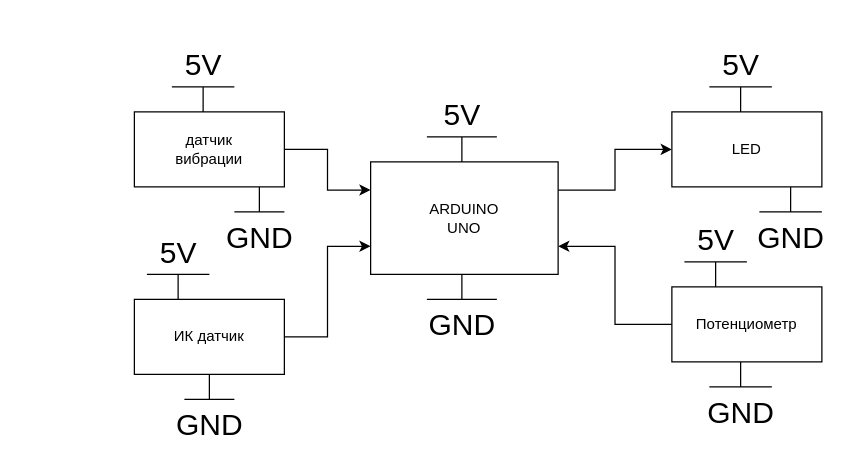
Above: ЭЛИТА/СС.drawio in dan-sazonov/jl-zam (draw.io), before the change. Source tidied: cells renumbered, new cells numbered last; positions are measured from the earlier drawing's top-left corner, leaving out a move shared by most shapes. Both pictures are drawn from the tidied source at 125%, with x=0, y=0 at pixel (134, 86).
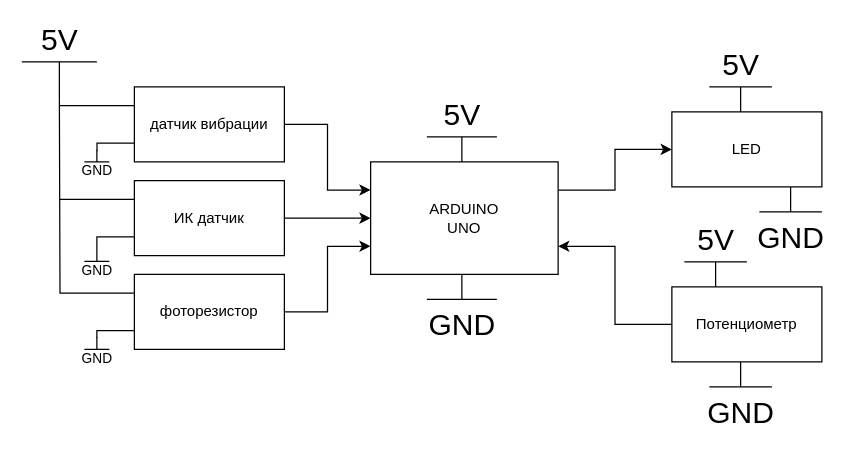
The same diagram, later.

Commit message (it also covers changes not shown here):
Поправил CC Элиты

The change refers to these unchanged cells:
```xml
<mxCell id="3" style="rounded=0;whiteSpace=wrap;html=1;" parent="1" vertex="1">
  <mxGeometry x="189" y="60" width="150" height="90" as="geometry" />
</mxCell>
```

What changed in the source:
```diff
@@
+    <mxCell id="26" style="edgeStyle=orthogonalEdgeStyle;rounded=0;jettySize=auto;html=1;exitX=0;exitY=0.25;exitDx=0;exitDy=0;endArrow=none;endFill=0;" parent="1" edge="1" source="11">
+      <mxGeometry relative="1" as="geometry">
+        <mxPoint x="-60" y="15" as="targetPoint" />
+      </mxGeometry>
+    </mxCell>
+    <mxCell id="27" style="edgeStyle=orthogonalEdgeStyle;rounded=0;jettySize=auto;html=1;exitX=0;exitY=0.75;exitDx=0;exitDy=0;entryX=0.503;entryY=0.038;entryDx=0;entryDy=0;entryPerimeter=0;fontSize=11;endArrow=none;endFill=0;" parent="1" edge="1" source="11" target="38">
+      <mxGeometry relative="1" as="geometry" />
+    </mxCell>
-    <mxCell id="11" style="rounded=0;whiteSpace=wrap;html=1;" parent="1" vertex="1">
-      <mxGeometry y="20" width="120" height="60" as="geometry" />
+    <mxCell id="11" value="датчик вибрации" style="rounded=0;whiteSpace=wrap;html=1;" parent="1" vertex="1">
+      <mxGeometry width="120" height="60" as="geometry" />
     </mxCell>
-    <mxCell id="12" style="edgeStyle=orthogonalEdgeStyle;rounded=0;jettySize=auto;html=1;exitX=1;exitY=0.5;exitDx=0;exitDy=0;entryX=0;entryY=0.75;entryDx=0;entryDy=0;" parent="1" edge="1" source="13" target="3">
+    <mxCell id="12" style="edgeStyle=orthogonalEdgeStyle;rounded=0;jettySize=auto;html=1;exitX=1;exitY=0.5;exitDx=0;exitDy=0;entryX=0;entryY=0.5;entryDx=0;entryDy=0;" parent="1" edge="1" source="13" target="3">
       <mxGeometry relative="1" as="geometry" />
     </mxCell>
+    <mxCell id="28" style="edgeStyle=orthogonalEdgeStyle;rounded=0;jettySize=auto;html=1;exitX=0;exitY=0.25;exitDx=0;exitDy=0;endArrow=none;endFill=0;" parent="1" edge="1" source="13">
+      <mxGeometry relative="1" as="geometry">
+        <mxPoint x="-60" y="90" as="targetPoint" />
+      </mxGeometry>
+    </mxCell>
+    <mxCell id="29" style="edgeStyle=orthogonalEdgeStyle;rounded=0;jettySize=auto;html=1;exitX=0;exitY=0.75;exitDx=0;exitDy=0;entryX=0.5;entryY=0;entryDx=0;entryDy=0;entryPerimeter=0;fontSize=11;endArrow=none;endFill=0;" parent="1" edge="1" source="13" target="41">
+      <mxGeometry relative="1" as="geometry" />
+    </mxCell>
-    <mxCell id="13" style="rounded=0;whiteSpace=wrap;html=1;" parent="1" vertex="1">
-      <mxGeometry y="170" width="120" height="60" as="geometry" />
+    <mxCell id="13" value="ИК датчик" style="rounded=0;whiteSpace=wrap;html=1;" parent="1" vertex="1">
+      <mxGeometry y="75" width="120" height="60" as="geometry" />
     </mxCell>
-    <mxCell id="14" value="ИК датчик" style="text;html=1;strokeColor=none;fillColor=none;align=center;verticalAlign=middle;whiteSpace=wrap;rounded=0;" parent="1" vertex="1">
-      <mxGeometry x="10" y="185" width="100" height="30" as="geometry" />
-    </mxCell>
-    <mxCell id="15" value="датчик вибрации" style="text;html=1;strokeColor=none;fillColor=none;align=center;verticalAlign=middle;whiteSpace=wrap;rounded=0;" parent="1" vertex="1">
-      <mxGeometry x="30" y="35" width="60" height="30" as="geometry" />
-    </mxCell>
-    <mxCell id="16" value="5V" style="verticalLabelPosition=top;verticalAlign=bottom;shape=mxgraph.electrical.signal_sources.vdd;shadow=0;dashed=0;align=center;strokeWidth=1;fontSize=24;html=1;flipV=1;" parent="1" vertex="1">
-      <mxGeometry x="30" width="50" height="20" as="geometry" />
-    </mxCell>
-    <mxCell id="17" value="GND" style="verticalLabelPosition=bottom;shadow=0;dashed=0;align=center;html=1;verticalAlign=top;shape=mxgraph.electrical.signal_sources.vss2;fontSize=24;flipV=1;" parent="1" vertex="1">
-      <mxGeometry x="40" y="230" width="40" height="20" as="geometry" />
-    </mxCell>
@@
-    <mxCell id="22" value="5V" style="verticalLabelPosition=top;verticalAlign=bottom;shape=mxgraph.electrical.signal_sources.vdd;shadow=0;dashed=0;align=center;strokeWidth=1;fontSize=24;html=1;flipV=1;" parent="1" vertex="1">
-      <mxGeometry x="10" y="150" width="50" height="20" as="geometry" />
-    </mxCell>
@@
-    <mxCell id="24" value="GND" style="verticalLabelPosition=bottom;shadow=0;dashed=0;align=center;html=1;verticalAlign=top;shape=mxgraph.electrical.signal_sources.vss2;fontSize=24;flipV=1;" parent="1" vertex="1">
-      <mxGeometry x="80" y="80" width="40" height="20" as="geometry" />
-    </mxCell>
@@
+    <mxCell id="30" style="edgeStyle=orthogonalEdgeStyle;rounded=0;jettySize=auto;html=1;exitX=1;exitY=0.5;exitDx=0;exitDy=0;entryX=0;entryY=0.75;entryDx=0;entryDy=0;" parent="1" edge="1" source="33" target="3">
+      <mxGeometry relative="1" as="geometry" />
+    </mxCell>
+    <mxCell id="31" style="edgeStyle=orthogonalEdgeStyle;rounded=0;jettySize=auto;html=1;exitX=0;exitY=0.25;exitDx=0;exitDy=0;endArrow=none;endFill=0;" parent="1" edge="1" source="33">
+      <mxGeometry relative="1" as="geometry">
+        <mxPoint x="-60" y="10" as="targetPoint" />
+      </mxGeometry>
+    </mxCell>
+    <mxCell id="32" style="edgeStyle=orthogonalEdgeStyle;rounded=0;jettySize=auto;html=1;exitX=0;exitY=0.75;exitDx=0;exitDy=0;entryX=0.5;entryY=0.03;entryDx=0;entryDy=0;entryPerimeter=0;fontSize=11;endArrow=none;endFill=0;" parent="1" edge="1" source="33" target="44">
+      <mxGeometry relative="1" as="geometry" />
+    </mxCell>
+    <mxCell id="33" value="фоторезистор" style="rounded=0;whiteSpace=wrap;html=1;" parent="1" vertex="1">
+      <mxGeometry y="150" width="120" height="60" as="geometry" />
+    </mxCell>
+    <mxCell id="34" style="edgeStyle=orthogonalEdgeStyle;rounded=0;jettySize=auto;html=1;exitX=0.5;exitY=0;exitDx=0;exitDy=0;exitPerimeter=0;endArrow=none;endFill=0;" parent="1" edge="1" source="35">
+      <mxGeometry relative="1" as="geometry">
+        <mxPoint x="-60" y="10" as="targetPoint" />
+      </mxGeometry>
+    </mxCell>
+    <mxCell id="35" value="5V" style="verticalLabelPosition=top;verticalAlign=bottom;shape=mxgraph.electrical.signal_sources.vdd;shadow=0;dashed=0;align=center;strokeWidth=1;fontSize=24;html=1;flipV=1;" parent="1" vertex="1">
+      <mxGeometry x="-90" y="-20" width="60" height="20" as="geometry" />
+    </mxCell>
+    <mxCell id="36" style="endArrow=none;html=1;rounded=0;fontSize=16;" parent="1" edge="1">
+      <mxGeometry relative="1" as="geometry">
+        <mxPoint x="-40" y="60" as="sourcePoint" />
+        <mxPoint x="-20" y="60" as="targetPoint" />
+      </mxGeometry>
+    </mxCell>
+    <mxCell id="37" style="endArrow=none;html=1;rounded=0;fontSize=16;" parent="1" edge="1">
+      <mxGeometry relative="1" as="geometry">
+        <mxPoint x="-30" y="50.3" as="sourcePoint" />
+        <mxPoint x="-30" y="60" as="targetPoint" />
+        <Array as="points">
+          <mxPoint x="-30" y="50" />
+        </Array>
+      </mxGeometry>
+    </mxCell>
+    <mxCell id="38" value="&lt;font style=&quot;font-size: 11px&quot;&gt;GND&lt;/font&gt;" style="text;html=1;align=center;verticalAlign=middle;points=[];strokeColor=none;fillColor=none;fontSize=16;" parent="1" vertex="1">
+      <mxGeometry x="-50" y="50" width="40" height="30" as="geometry" />
+    </mxCell>
+    <mxCell id="39" style="endArrow=none;html=1;rounded=0;fontSize=16;" parent="1" edge="1">
+      <mxGeometry relative="1" as="geometry">
+        <mxPoint x="-40" y="139.6" as="sourcePoint" />
+        <mxPoint x="-20" y="139.6" as="targetPoint" />
+      </mxGeometry>
+    </mxCell>
+    <mxCell id="40" style="endArrow=none;html=1;rounded=0;fontSize=16;" parent="1" edge="1">
+      <mxGeometry relative="1" as="geometry">
+        <mxPoint x="-30" y="129.9" as="sourcePoint" />
+        <mxPoint x="-30" y="139.6" as="targetPoint" />
+        <Array as="points">
+          <mxPoint x="-30" y="129.6" />
+        </Array>
+      </mxGeometry>
+    </mxCell>
+    <mxCell id="41" value="&lt;font style=&quot;font-size: 11px&quot;&gt;GND&lt;/font&gt;" style="text;html=1;align=center;verticalAlign=middle;points=[];strokeColor=none;fillColor=none;fontSize=16;" parent="1" vertex="1">
+      <mxGeometry x="-50" y="130" width="40" height="30" as="geometry" />
+    </mxCell>
+    <mxCell id="42" style="endArrow=none;html=1;rounded=0;fontSize=16;" parent="1" edge="1">
+      <mxGeometry relative="1" as="geometry">
+        <mxPoint x="-40" y="210" as="sourcePoint" />
+        <mxPoint x="-20" y="210" as="targetPoint" />
+      </mxGeometry>
+    </mxCell>
+    <mxCell id="43" style="endArrow=none;html=1;rounded=0;fontSize=16;" parent="1" edge="1">
+      <mxGeometry relative="1" as="geometry">
+        <mxPoint x="-30" y="200.3" as="sourcePoint" />
+        <mxPoint x="-30" y="210" as="targetPoint" />
+        <Array as="points">
+          <mxPoint x="-30" y="200" />
+        </Array>
+      </mxGeometry>
+    </mxCell>
+    <mxCell id="44" value="&lt;font style=&quot;font-size: 11px&quot;&gt;GND&lt;/font&gt;" style="text;html=1;align=center;verticalAlign=middle;points=[];strokeColor=none;fillColor=none;fontSize=16;" parent="1" vertex="1">
+      <mxGeometry x="-50" y="200" width="40" height="30" as="geometry" />
+    </mxCell>
```
